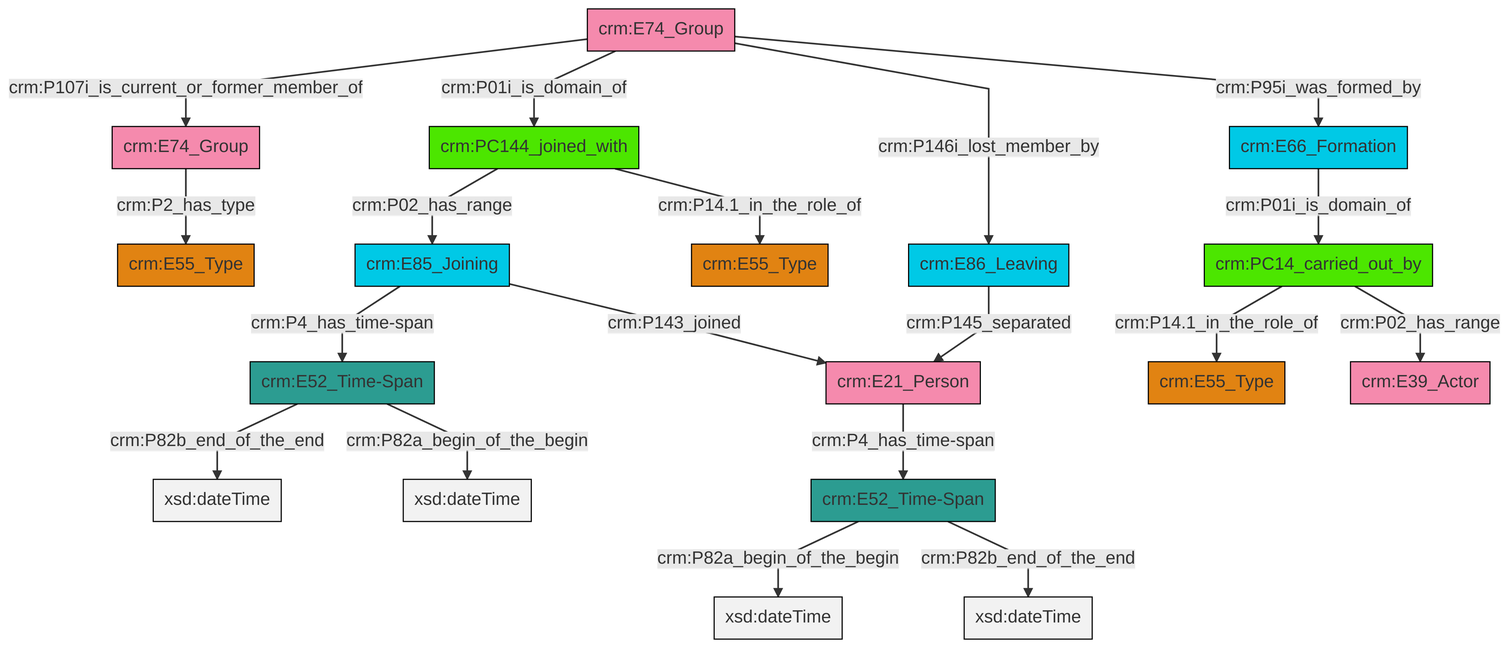
Above: et/groupCSV/ttl/mmd/png/group_actor_relations.png in swiss-art-research-net/reference-data-models (Mermaid), before the change. Its source is kept beside it as et/groupCSV/ttl/mmd/group_actor_relations.ttl.mmd.
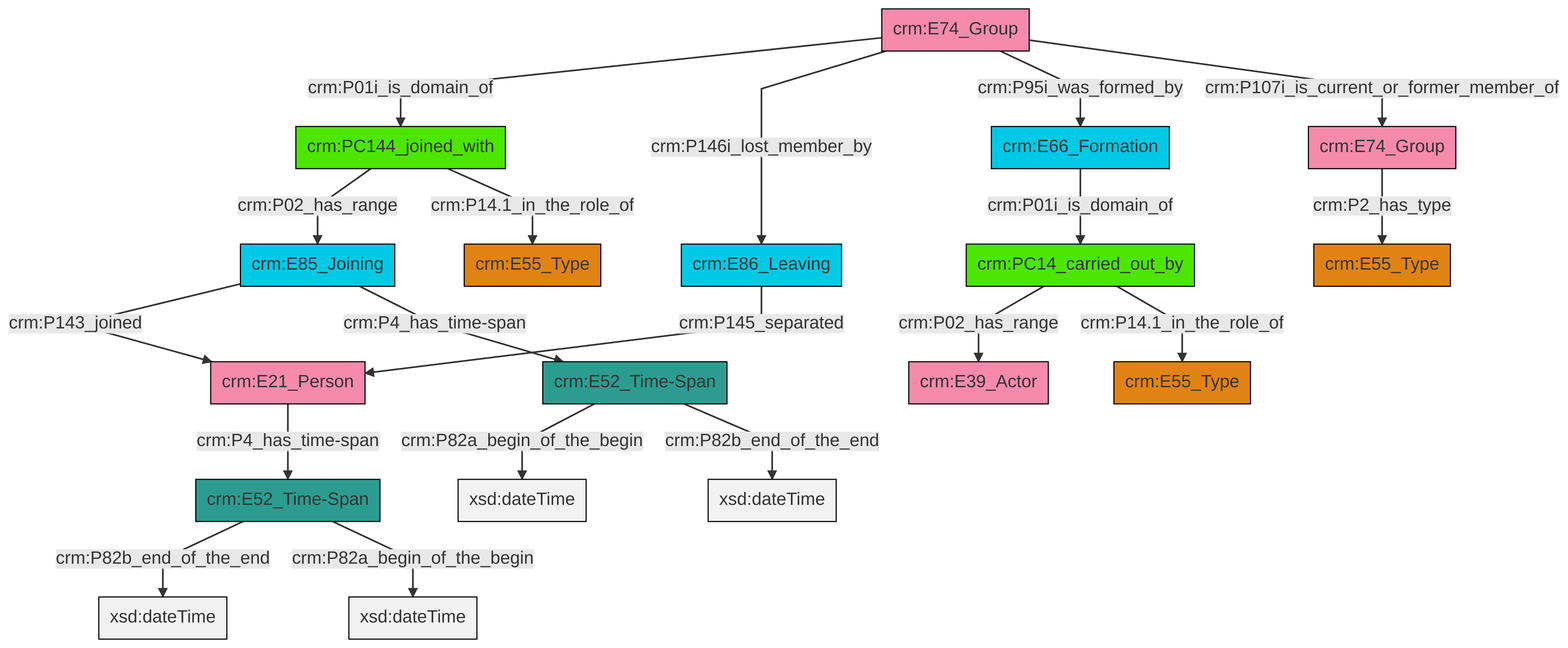
After the change.

The edit, as a diff of the source:
```diff
@@ -13,21 +13,21 @@
 classDef PC_Classes fill:#4ce600, stroke:#000000;
 classDef Multi fill:#cccccc,stroke:#000000;
 
-0["crm:E74_Group"]:::Actor -->|crm:P107i_is_current_or_former_member_of| 1["crm:E74_Group"]:::Actor
 2["crm:PC144_joined_with"]:::PC_Classes -->|crm:P02_has_range| 3["crm:E85_Joining"]:::Temporal_Entity
-5["crm:E86_Leaving"]:::Temporal_Entity -->|crm:P145_separated| 6["crm:E21_Person"]:::Actor
-1["crm:E74_Group"]:::Actor -->|crm:P2_has_type| 7["crm:E55_Type"]:::Type
-0["crm:E74_Group"]:::Actor -->|crm:P01i_is_domain_of| 2["crm:PC144_joined_with"]:::PC_Classes
+4["crm:E74_Group"]:::Actor -->|crm:P01i_is_domain_of| 2["crm:PC144_joined_with"]:::PC_Classes
+4["crm:E74_Group"]:::Actor -->|crm:P146i_lost_member_by| 5["crm:E86_Leaving"]:::Temporal_Entity
+6["crm:E74_Group"]:::Actor -->|crm:P2_has_type| 7["crm:E55_Type"]:::Type
 8["crm:E52_Time-Span"]:::Time-Span -->|crm:P82b_end_of_the_end| 9[xsd:dateTime]:::Literal
-10["crm:E52_Time-Span"]:::Time-Span -->|crm:P82a_begin_of_the_begin| 11[xsd:dateTime]:::Literal
-6["crm:E21_Person"]:::Actor -->|crm:P4_has_time-span| 10["crm:E52_Time-Span"]:::Time-Span
-0["crm:E74_Group"]:::Actor -->|crm:P146i_lost_member_by| 5["crm:E86_Leaving"]:::Temporal_Entity
-10["crm:E52_Time-Span"]:::Time-Span -->|crm:P82b_end_of_the_end| 16[xsd:dateTime]:::Literal
-2["crm:PC144_joined_with"]:::PC_Classes -->|crm:P14.1_in_the_role_of| 20["crm:E55_Type"]:::Type
-17["crm:E66_Formation"]:::Temporal_Entity -->|crm:P01i_is_domain_of| 25["crm:PC14_carried_out_by"]:::PC_Classes
+11["crm:E21_Person"]:::Actor -->|crm:P4_has_time-span| 8["crm:E52_Time-Span"]:::Time-Span
+2["crm:PC144_joined_with"]:::PC_Classes -->|crm:P14.1_in_the_role_of| 14["crm:E55_Type"]:::Type
+3["crm:E85_Joining"]:::Temporal_Entity -->|crm:P143_joined| 11["crm:E21_Person"]:::Actor
+4["crm:E74_Group"]:::Actor -->|crm:P95i_was_formed_by| 16["crm:E66_Formation"]:::Temporal_Entity
+5["crm:E86_Leaving"]:::Temporal_Entity -->|crm:P145_separated| 11["crm:E21_Person"]:::Actor
+16["crm:E66_Formation"]:::Temporal_Entity -->|crm:P01i_is_domain_of| 18["crm:PC14_carried_out_by"]:::PC_Classes
 8["crm:E52_Time-Span"]:::Time-Span -->|crm:P82a_begin_of_the_begin| 26[xsd:dateTime]:::Literal
-3["crm:E85_Joining"]:::Temporal_Entity -->|crm:P4_has_time-span| 8["crm:E52_Time-Span"]:::Time-Span
-0["crm:E74_Group"]:::Actor -->|crm:P95i_was_formed_by| 17["crm:E66_Formation"]:::Temporal_Entity
-25["crm:PC14_carried_out_by"]:::PC_Classes -->|crm:P14.1_in_the_role_of| 12["crm:E55_Type"]:::Type
-3["crm:E85_Joining"]:::Temporal_Entity -->|crm:P143_joined| 6["crm:E21_Person"]:::Actor
-25["crm:PC14_carried_out_by"]:::PC_Classes -->|crm:P02_has_range| 33["crm:E39_Actor"]:::Actor
+21["crm:E52_Time-Span"]:::Time-Span -->|crm:P82a_begin_of_the_begin| 29[xsd:dateTime]:::Literal
+18["crm:PC14_carried_out_by"]:::PC_Classes -->|crm:P02_has_range| 0["crm:E39_Actor"]:::Actor
+3["crm:E85_Joining"]:::Temporal_Entity -->|crm:P4_has_time-span| 21["crm:E52_Time-Span"]:::Time-Span
+4["crm:E74_Group"]:::Actor -->|crm:P107i_is_current_or_former_member_of| 6["crm:E74_Group"]:::Actor
+18["crm:PC14_carried_out_by"]:::PC_Classes -->|crm:P14.1_in_the_role_of| 12["crm:E55_Type"]:::Type
+21["crm:E52_Time-Span"]:::Time-Span -->|crm:P82b_end_of_the_end| 34[xsd:dateTime]:::Literal
```
